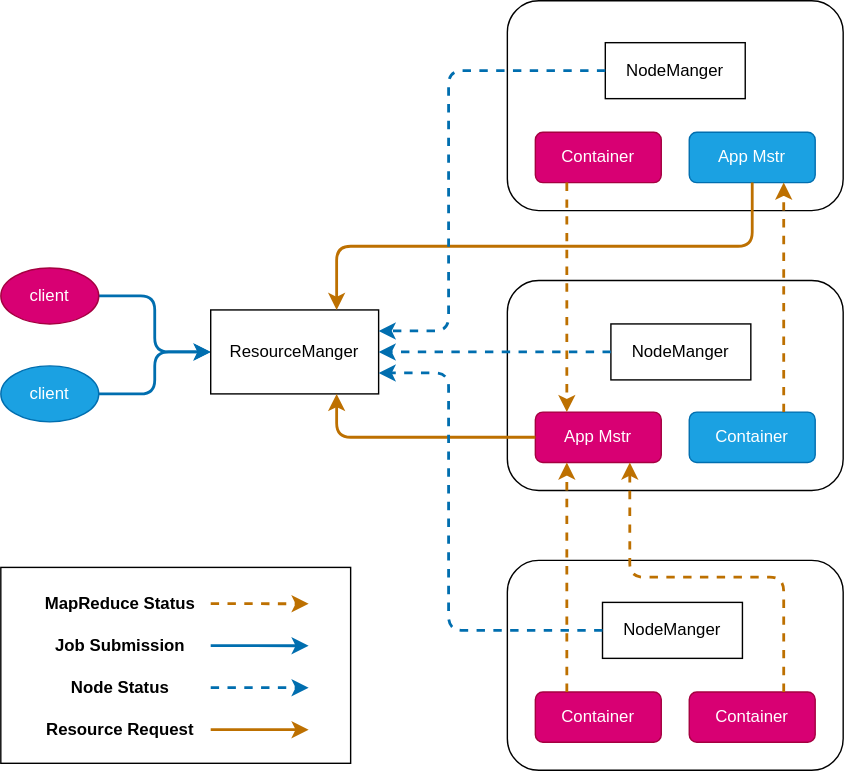
Above: images/big-data/hadoop/yarn.drawio.svg in lengyuxuan/lengyuxuan.github.io (draw.io), before the change. Source tidied: cells renumbered, new cells last; positions are measured from the earlier drawing's top-left corner, leaving out a move shared by most shapes. Its diagram source:
```xml
<mxGraphModel>
  <root>
    <mxCell id="0" />
    <mxCell id="1" parent="0" />
    <mxCell id="2" style="edgeStyle=orthogonalEdgeStyle;rounded=1;jettySize=auto;html=1;exitX=1;exitY=0.5;exitDx=0;exitDy=0;entryX=0;entryY=0.5;entryDx=0;entryDy=0;fillColor=#1ba1e2;strokeColor=#006EAF;strokeWidth=2;" parent="1" edge="1" source="3" target="6">
      <mxGeometry relative="1" as="geometry" />
    </mxCell>
    <mxCell id="3" value="client" style="ellipse;whiteSpace=wrap;html=1;fillColor=#d80073;strokeColor=#A50040;fontColor=#ffffff;" parent="1" vertex="1">
      <mxGeometry y="191" width="70" height="40" as="geometry" />
    </mxCell>
    <mxCell id="4" style="edgeStyle=orthogonalEdgeStyle;rounded=1;jettySize=auto;html=1;exitX=1;exitY=0.5;exitDx=0;exitDy=0;entryX=0;entryY=0.5;entryDx=0;entryDy=0;fillColor=#1ba1e2;strokeColor=#006EAF;strokeWidth=2;" parent="1" edge="1" source="5" target="6">
      <mxGeometry relative="1" as="geometry" />
    </mxCell>
    <mxCell id="5" value="client" style="ellipse;whiteSpace=wrap;html=1;fillColor=#1ba1e2;strokeColor=#006EAF;fontColor=#ffffff;" parent="1" vertex="1">
      <mxGeometry y="261" width="70" height="40" as="geometry" />
    </mxCell>
    <mxCell id="6" value="&lt;span&gt;ResourceManger&lt;/span&gt;" style="rounded=0;whiteSpace=wrap;html=1;" parent="1" vertex="1">
      <mxGeometry x="150" y="221" width="120" height="60" as="geometry" />
    </mxCell>
    <mxCell id="7" style="group;" parent="1" vertex="1">
      <mxGeometry x="362" width="240" height="150" as="geometry" />
    </mxCell>
    <mxCell id="8" style="rounded=1;whiteSpace=wrap;html=1;" parent="7" vertex="1">
      <mxGeometry width="240" height="150" as="geometry" />
    </mxCell>
    <mxCell id="9" value="&lt;span&gt;NodeManger&lt;/span&gt;" style="rounded=0;whiteSpace=wrap;html=1;" parent="7" vertex="1">
      <mxGeometry x="70" y="30" width="100" height="40" as="geometry" />
    </mxCell>
    <mxCell id="10" value="Container" style="rounded=1;whiteSpace=wrap;html=1;fillColor=#d80073;strokeColor=#A50040;fontColor=#ffffff;" parent="7" vertex="1">
      <mxGeometry x="20" y="94" width="90" height="36" as="geometry" />
    </mxCell>
    <mxCell id="11" value="App Mstr" style="rounded=1;whiteSpace=wrap;html=1;fillColor=#1ba1e2;strokeColor=#006EAF;fontColor=#ffffff;" parent="7" vertex="1">
      <mxGeometry x="130" y="94" width="90" height="36" as="geometry" />
    </mxCell>
    <mxCell id="12" style="group;" parent="1" vertex="1">
      <mxGeometry x="362" y="200" width="240" height="150" as="geometry" />
    </mxCell>
    <mxCell id="13" style="rounded=1;whiteSpace=wrap;html=1;" parent="12" vertex="1">
      <mxGeometry width="240" height="150" as="geometry" />
    </mxCell>
    <mxCell id="14" value="&lt;span&gt;NodeManger&lt;/span&gt;" style="rounded=0;whiteSpace=wrap;html=1;" parent="12" vertex="1">
      <mxGeometry x="74" y="31" width="100" height="40" as="geometry" />
    </mxCell>
    <mxCell id="15" value="&lt;span style=&quot;color: rgb(255 , 255 , 255)&quot;&gt;App Mstr&lt;/span&gt;" style="rounded=1;whiteSpace=wrap;html=1;fillColor=#d80073;strokeColor=#A50040;fontColor=#ffffff;" parent="12" vertex="1">
      <mxGeometry x="20" y="94" width="90" height="36" as="geometry" />
    </mxCell>
    <mxCell id="16" value="Container" style="rounded=1;whiteSpace=wrap;html=1;fillColor=#1ba1e2;strokeColor=#006EAF;fontColor=#ffffff;" parent="12" vertex="1">
      <mxGeometry x="130" y="94" width="90" height="36" as="geometry" />
    </mxCell>
    <mxCell id="17" style="group;" parent="1" vertex="1">
      <mxGeometry x="362" y="400" width="240" height="150" as="geometry" />
    </mxCell>
    <mxCell id="18" style="rounded=1;whiteSpace=wrap;html=1;" parent="17" vertex="1">
      <mxGeometry width="240" height="150" as="geometry" />
    </mxCell>
    <mxCell id="19" value="&lt;span&gt;NodeManger&lt;/span&gt;" style="rounded=0;whiteSpace=wrap;html=1;" parent="17" vertex="1">
      <mxGeometry x="68" y="30" width="100" height="40" as="geometry" />
    </mxCell>
    <mxCell id="20" value="Container" style="rounded=1;whiteSpace=wrap;html=1;fillColor=#d80073;strokeColor=#A50040;fontColor=#ffffff;" parent="17" vertex="1">
      <mxGeometry x="130" y="94" width="90" height="36" as="geometry" />
    </mxCell>
    <mxCell id="21" value="&lt;span style=&quot;color: rgb(255 , 255 , 255)&quot;&gt;Container&lt;/span&gt;" style="rounded=1;whiteSpace=wrap;html=1;fillColor=#d80073;strokeColor=#A50040;fontColor=#ffffff;" parent="17" vertex="1">
      <mxGeometry x="20" y="94" width="90" height="36" as="geometry" />
    </mxCell>
    <mxCell id="22" style="edgeStyle=orthogonalEdgeStyle;jettySize=auto;html=1;exitX=0;exitY=0.5;exitDx=0;exitDy=0;entryX=1;entryY=0.5;entryDx=0;entryDy=0;dashed=1;strokeColor=#006EAF;rounded=1;fillColor=#1ba1e2;strokeWidth=2;" parent="1" edge="1" source="14" target="6">
      <mxGeometry relative="1" as="geometry" />
    </mxCell>
    <mxCell id="23" style="edgeStyle=orthogonalEdgeStyle;rounded=1;jettySize=auto;html=1;exitX=0;exitY=0.5;exitDx=0;exitDy=0;entryX=0.75;entryY=1;entryDx=0;entryDy=0;strokeWidth=2;fillColor=#f0a30a;strokeColor=#BD7000;" parent="1" edge="1" source="15" target="6">
      <mxGeometry relative="1" as="geometry" />
    </mxCell>
    <mxCell id="24" style="edgeStyle=orthogonalEdgeStyle;rounded=1;jettySize=auto;html=1;exitX=0.5;exitY=1;exitDx=0;exitDy=0;entryX=0.75;entryY=0;entryDx=0;entryDy=0;strokeWidth=2;fillColor=#fa6800;strokeColor=#BD7000;" parent="1" edge="1" source="11" target="6">
      <mxGeometry relative="1" as="geometry" />
    </mxCell>
    <mxCell id="25" style="edgeStyle=orthogonalEdgeStyle;rounded=1;jettySize=auto;html=1;exitX=0.25;exitY=1;exitDx=0;exitDy=0;entryX=0.25;entryY=0;entryDx=0;entryDy=0;strokeColor=#BD7000;strokeWidth=2;dashed=1;" parent="1" edge="1" source="10" target="15">
      <mxGeometry relative="1" as="geometry" />
    </mxCell>
    <mxCell id="26" style="edgeStyle=orthogonalEdgeStyle;rounded=1;jettySize=auto;html=1;exitX=0.75;exitY=0;exitDx=0;exitDy=0;entryX=0.75;entryY=1;entryDx=0;entryDy=0;dashed=1;strokeColor=#BD7000;strokeWidth=2;" parent="1" edge="1" source="16" target="11">
      <mxGeometry relative="1" as="geometry" />
    </mxCell>
    <mxCell id="27" style="edgeStyle=orthogonalEdgeStyle;rounded=1;jettySize=auto;html=1;exitX=0.25;exitY=0;exitDx=0;exitDy=0;entryX=0.25;entryY=1;entryDx=0;entryDy=0;dashed=1;strokeColor=#BD7000;strokeWidth=2;" parent="1" edge="1" source="21" target="15">
      <mxGeometry relative="1" as="geometry" />
    </mxCell>
    <mxCell id="28" style="edgeStyle=orthogonalEdgeStyle;rounded=1;jettySize=auto;html=1;exitX=0.75;exitY=0;exitDx=0;exitDy=0;entryX=0.75;entryY=1;entryDx=0;entryDy=0;dashed=1;strokeColor=#BD7000;strokeWidth=2;" parent="1" edge="1" source="20" target="15">
      <mxGeometry relative="1" as="geometry" />
    </mxCell>
    <mxCell id="29" style="edgeStyle=orthogonalEdgeStyle;rounded=1;jettySize=auto;html=1;exitX=0;exitY=0.5;exitDx=0;exitDy=0;entryX=1;entryY=0.75;entryDx=0;entryDy=0;dashed=1;strokeColor=#006EAF;strokeWidth=2;fillColor=#1ba1e2;" parent="1" edge="1" source="19" target="6">
      <mxGeometry relative="1" as="geometry">
        <Array as="points">
          <mxPoint x="320" y="450" />
          <mxPoint x="320" y="266" />
        </Array>
      </mxGeometry>
    </mxCell>
    <mxCell id="30" style="edgeStyle=orthogonalEdgeStyle;rounded=1;jettySize=auto;html=1;exitX=0;exitY=0.5;exitDx=0;exitDy=0;entryX=1;entryY=0.25;entryDx=0;entryDy=0;dashed=1;strokeColor=#006EAF;strokeWidth=2;fillColor=#1ba1e2;" parent="1" edge="1" source="9" target="6">
      <mxGeometry relative="1" as="geometry">
        <Array as="points">
          <mxPoint x="320" y="50" />
          <mxPoint x="320" y="236" />
        </Array>
      </mxGeometry>
    </mxCell>
    <mxCell id="31" style="rounded=0;whiteSpace=wrap;html=1;" parent="1" vertex="1">
      <mxGeometry y="405" width="250" height="140" as="geometry" />
    </mxCell>
    <mxCell id="32" style="group;fontStyle=1;" parent="1" vertex="1">
      <mxGeometry x="30" y="421" width="190" height="20" as="geometry" />
    </mxCell>
    <mxCell id="33" value="MapReduce Status" style="text;html=1;align=center;verticalAlign=middle;fontStyle=1;" parent="32" vertex="1">
      <mxGeometry x="-5" width="120" height="20" as="geometry" />
    </mxCell>
    <mxCell id="34" style="endArrow=classic;html=1;dashed=1;strokeColor=#BD7000;strokeWidth=2;" parent="32" edge="1">
      <mxGeometry relative="1" as="geometry">
        <mxPoint x="120" y="9.9" as="sourcePoint" />
        <mxPoint x="190" y="10" as="targetPoint" />
      </mxGeometry>
    </mxCell>
    <mxCell id="35" style="group;fontStyle=1;" parent="1" vertex="1">
      <mxGeometry x="40" y="451" width="180" height="20" as="geometry" />
    </mxCell>
    <mxCell id="36" value="&lt;b&gt;Job Submission&lt;/b&gt;" style="text;html=1;align=center;verticalAlign=middle;" parent="35" vertex="1">
      <mxGeometry x="-10" width="110" height="20" as="geometry" />
    </mxCell>
    <mxCell id="37" style="endArrow=classic;html=1;strokeColor=#006EAF;strokeWidth=2;fillColor=#1ba1e2;" parent="35" edge="1">
      <mxGeometry relative="1" as="geometry">
        <mxPoint x="110" y="9.9" as="sourcePoint" />
        <mxPoint x="180" y="10" as="targetPoint" />
      </mxGeometry>
    </mxCell>
    <mxCell id="38" style="group;fontStyle=1;" parent="1" vertex="1">
      <mxGeometry x="50" y="481" width="170" height="20" as="geometry" />
    </mxCell>
    <mxCell id="39" value="&lt;b&gt;Node Status&lt;/b&gt;" style="text;html=1;align=center;verticalAlign=middle;" parent="38" vertex="1">
      <mxGeometry x="-10" width="90" height="20" as="geometry" />
    </mxCell>
    <mxCell id="40" style="endArrow=classic;html=1;dashed=1;strokeColor=#006EAF;strokeWidth=2;fillColor=#1ba1e2;" parent="38" edge="1">
      <mxGeometry relative="1" as="geometry">
        <mxPoint x="100" y="9.9" as="sourcePoint" />
        <mxPoint x="170" y="10" as="targetPoint" />
      </mxGeometry>
    </mxCell>
    <mxCell id="41" style="group;fontStyle=1;" parent="1" vertex="1">
      <mxGeometry x="35" y="511" width="185" height="20" as="geometry" />
    </mxCell>
    <mxCell id="42" value="Resource Request" style="text;html=1;align=center;verticalAlign=middle;fontStyle=1;" parent="41" vertex="1">
      <mxGeometry x="-10" width="120" height="20" as="geometry" />
    </mxCell>
    <mxCell id="43" style="endArrow=classic;html=1;strokeWidth=2;fillColor=#1ba1e2;strokeColor=#BD7000;" parent="41" edge="1">
      <mxGeometry relative="1" as="geometry">
        <mxPoint x="115" y="9.9" as="sourcePoint" />
        <mxPoint x="185" y="10" as="targetPoint" />
      </mxGeometry>
    </mxCell>
  </root>
</mxGraphModel>
```
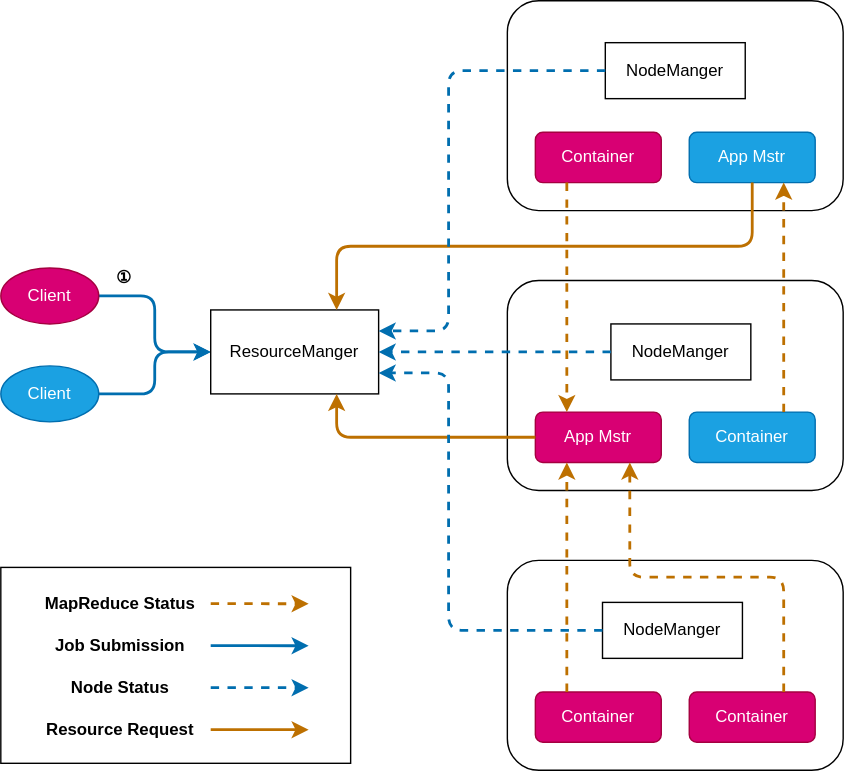
After the commit.

The edit, as a diff of the source:
```diff
@@ -5,13 +5,13 @@
     <mxCell id="2" style="edgeStyle=orthogonalEdgeStyle;rounded=1;jettySize=auto;html=1;exitX=1;exitY=0.5;exitDx=0;exitDy=0;entryX=0;entryY=0.5;entryDx=0;entryDy=0;fillColor=#1ba1e2;strokeColor=#006EAF;strokeWidth=2;" parent="1" edge="1" source="3" target="6">
       <mxGeometry relative="1" as="geometry" />
     </mxCell>
-    <mxCell id="3" value="client" style="ellipse;whiteSpace=wrap;html=1;fillColor=#d80073;strokeColor=#A50040;fontColor=#ffffff;" parent="1" vertex="1">
+    <mxCell id="3" value="Client" style="ellipse;whiteSpace=wrap;html=1;fillColor=#d80073;strokeColor=#A50040;fontColor=#ffffff;" parent="1" vertex="1">
       <mxGeometry y="191" width="70" height="40" as="geometry" />
     </mxCell>
     <mxCell id="4" style="edgeStyle=orthogonalEdgeStyle;rounded=1;jettySize=auto;html=1;exitX=1;exitY=0.5;exitDx=0;exitDy=0;entryX=0;entryY=0.5;entryDx=0;entryDy=0;fillColor=#1ba1e2;strokeColor=#006EAF;strokeWidth=2;" parent="1" edge="1" source="5" target="6">
       <mxGeometry relative="1" as="geometry" />
     </mxCell>
-    <mxCell id="5" value="client" style="ellipse;whiteSpace=wrap;html=1;fillColor=#1ba1e2;strokeColor=#006EAF;fontColor=#ffffff;" parent="1" vertex="1">
+    <mxCell id="5" value="Client" style="ellipse;whiteSpace=wrap;html=1;fillColor=#1ba1e2;strokeColor=#006EAF;fontColor=#ffffff;" parent="1" vertex="1">
       <mxGeometry y="261" width="70" height="40" as="geometry" />
     </mxCell>
     <mxCell id="6" value="&lt;span&gt;ResourceManger&lt;/span&gt;" style="rounded=0;whiteSpace=wrap;html=1;" parent="1" vertex="1">
@@ -150,5 +150,8 @@
         <mxPoint x="185" y="10" as="targetPoint" />
       </mxGeometry>
     </mxCell>
+    <mxCell id="44" value="①" style="text;html=1;align=center;verticalAlign=middle;fontStyle=1;" parent="1" vertex="1">
+      <mxGeometry x="73" y="188" width="30" height="20" as="geometry" />
+    </mxCell>
   </root>
 </mxGraphModel>
```
